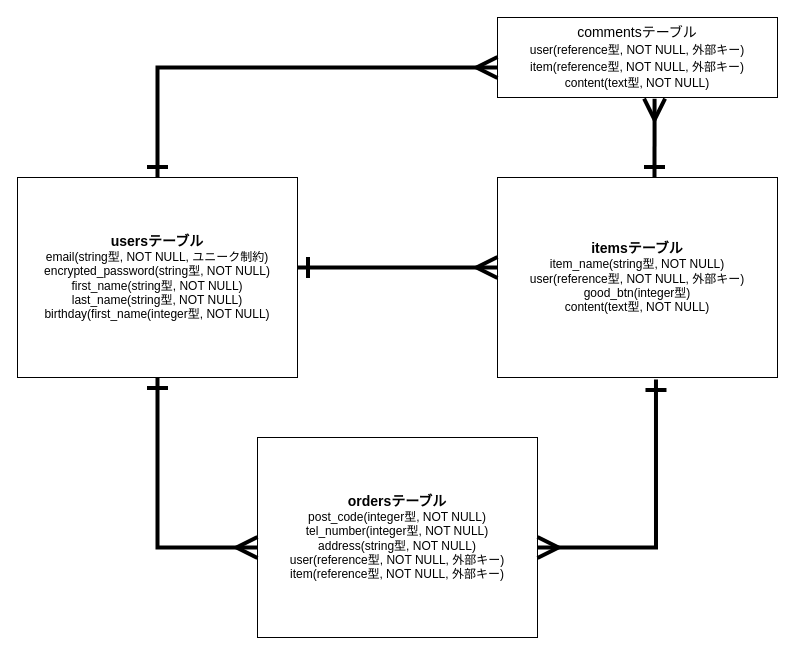
tsukitoremon/furima-39857 keeps this draw.io diagram as config/erzu.dio. Above is the earlier version. Source tidied: cells renumbered, new cells numbered last; positions are measured from the earlier drawing's top-left corner, leaving out a move shared by most shapes. Both pictures are drawn from the tidied source at 100%, with x=0, y=0 at pixel (17, 17).
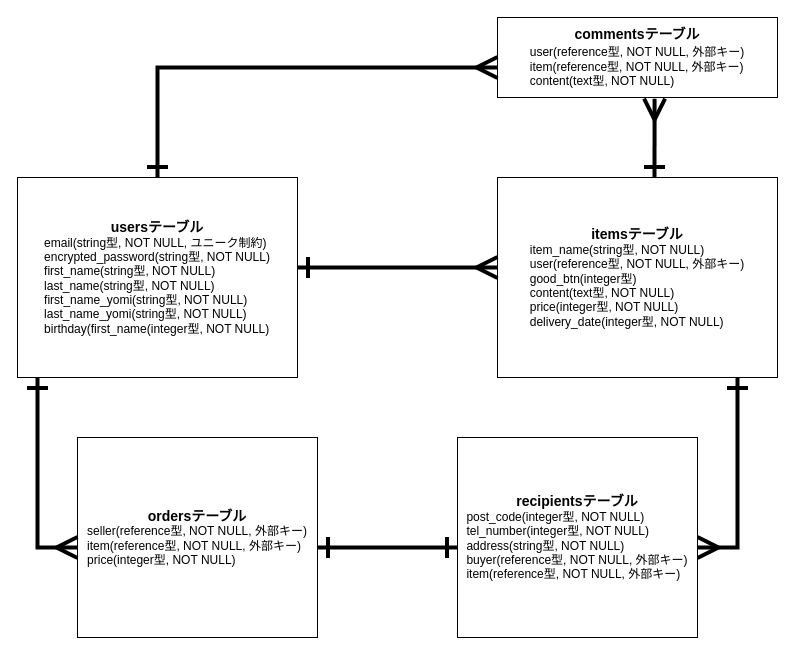
The same page after the edit.

Commit message (it also covers changes not shown here):
#3 データベース設計（再）

What changed in the source:
```diff
@@
-    <mxCell id="2" value="&lt;font style=&quot;font-size: 14px;&quot;&gt;&lt;b&gt;usersテーブル&lt;/b&gt;&lt;/font&gt;&lt;br&gt;email(string型, NOT NULL, ユニーク制約)&lt;br&gt;encrypted_password(string型, NOT NULL)&lt;br&gt;first_name(string型, NOT NULL)&lt;br&gt;last_name(string型, NOT NULL)&lt;br&gt;birthday(first_name(integer型, NOT NULL)&lt;br&gt;" style="whiteSpace=wrap;html=1;" parent="1" vertex="1">
+    <mxCell id="2" value="&lt;font style=&quot;font-size: 14px;&quot;&gt;&lt;b&gt;usersテーブル&lt;/b&gt;&lt;/font&gt;&lt;br&gt;&lt;div style=&quot;text-align: left;&quot;&gt;&lt;span style=&quot;background-color: initial;&quot;&gt;email(string型, NOT NULL, ユニーク制約)&lt;/span&gt;&lt;/div&gt;&lt;div style=&quot;text-align: left;&quot;&gt;&lt;span style=&quot;background-color: initial;&quot;&gt;encrypted_password(string型, NOT NULL)&lt;/span&gt;&lt;/div&gt;&lt;div style=&quot;text-align: left;&quot;&gt;&lt;span style=&quot;background-color: initial;&quot;&gt;first_name(string型, NOT NULL)&lt;/span&gt;&lt;/div&gt;&lt;div style=&quot;text-align: left;&quot;&gt;&lt;span style=&quot;background-color: initial;&quot;&gt;last_name(string型, NOT NULL)&lt;/span&gt;&lt;/div&gt;&lt;div style=&quot;text-align: left;&quot;&gt;&lt;span style=&quot;background-color: initial;&quot;&gt;first_name_yomi(string型, NOT NULL)&lt;/span&gt;&lt;/div&gt;&lt;div style=&quot;text-align: left;&quot;&gt;&lt;span style=&quot;background-color: initial;&quot;&gt;last_name_yomi(string型, NOT NULL)&lt;/span&gt;&lt;/div&gt;&lt;div style=&quot;text-align: left;&quot;&gt;&lt;span style=&quot;background-color: initial;&quot;&gt;birthday(first_name(integer型, NOT NULL)&lt;/span&gt;&lt;/div&gt;" style="whiteSpace=wrap;html=1;" parent="1" vertex="1">
       <mxGeometry y="160" width="280" height="200" as="geometry" />
     </mxCell>
-    <mxCell id="3" value="&lt;font style=&quot;font-size: 14px;&quot;&gt;&lt;b&gt;itemsテーブル&lt;/b&gt;&lt;/font&gt;&lt;br&gt;item_name(string型, NOT NULL)&lt;br&gt;user(reference型, NOT NULL, 外部キー)&lt;br&gt;good_btn(integer型)&lt;br&gt;content(text型, NOT NULL)" style="whiteSpace=wrap;html=1;" parent="1" vertex="1">
+    <mxCell id="3" value="&lt;font style=&quot;font-size: 14px;&quot;&gt;&lt;b&gt;itemsテーブル&lt;/b&gt;&lt;/font&gt;&lt;br&gt;&lt;div style=&quot;text-align: left;&quot;&gt;&lt;span style=&quot;background-color: initial;&quot;&gt;item_name(string型, NOT NULL)&lt;/span&gt;&lt;/div&gt;&lt;div style=&quot;text-align: left;&quot;&gt;&lt;span style=&quot;background-color: initial;&quot;&gt;user(reference型, NOT NULL, 外部キー)&lt;/span&gt;&lt;/div&gt;&lt;div style=&quot;text-align: left;&quot;&gt;&lt;span style=&quot;background-color: initial;&quot;&gt;good_btn(integer型)&lt;/span&gt;&lt;/div&gt;&lt;div style=&quot;text-align: left;&quot;&gt;&lt;span style=&quot;background-color: initial;&quot;&gt;content(text型, NOT NULL)&lt;/span&gt;&lt;/div&gt;&lt;div style=&quot;text-align: left;&quot;&gt;&lt;span style=&quot;background-color: initial;&quot;&gt;price(integer型, NOT NULL)&lt;/span&gt;&lt;/div&gt;&lt;div style=&quot;text-align: left;&quot;&gt;&lt;span style=&quot;background-color: initial;&quot;&gt;delivery_date(integer型, NOT NULL)&lt;/span&gt;&lt;/div&gt;" style="whiteSpace=wrap;html=1;" parent="1" vertex="1">
       <mxGeometry x="480" y="160" width="280" height="200" as="geometry" />
     </mxCell>
-    <mxCell id="4" value="&lt;font style=&quot;font-size: 14px;&quot;&gt;&lt;b&gt;ordersテーブル&lt;/b&gt;&lt;/font&gt;&lt;br&gt;post_code(integer型, NOT NULL)&lt;br&gt;tel_number(integer型, NOT NULL)&lt;br&gt;address(string型, NOT NULL)&lt;br&gt;user(reference型, NOT NULL, 外部キー)&lt;br&gt;item(reference型, NOT NULL, 外部キー)" style="whiteSpace=wrap;html=1;" parent="1" vertex="1">
-      <mxGeometry x="240" y="420" width="280" height="200" as="geometry" />
+    <mxCell id="4" value="&lt;font style=&quot;font-size: 14px;&quot;&gt;&lt;b&gt;ordersテーブル&lt;/b&gt;&lt;/font&gt;&lt;br&gt;&lt;div style=&quot;text-align: left;&quot;&gt;&lt;span style=&quot;background-color: initial;&quot;&gt;seller(reference型, NOT NULL, 外部キー)&lt;/span&gt;&lt;/div&gt;&lt;div style=&quot;text-align: left;&quot;&gt;&lt;span style=&quot;background-color: initial;&quot;&gt;item(reference型, NOT NULL, 外部キー)&lt;/span&gt;&lt;/div&gt;&lt;div style=&quot;text-align: left;&quot;&gt;&lt;span style=&quot;background-color: initial;&quot;&gt;price(integer型, NOT NULL)&lt;/span&gt;&lt;/div&gt;" style="whiteSpace=wrap;html=1;" parent="1" vertex="1">
+      <mxGeometry x="60" y="420" width="240" height="200" as="geometry" />
     </mxCell>
-    <mxCell id="5" value="commentsテーブル&lt;br&gt;&lt;span style=&quot;font-size: 12px;&quot;&gt;user(reference型, NOT NULL, 外部キー)&lt;br&gt;&lt;/span&gt;&lt;span style=&quot;font-size: 12px;&quot;&gt;item(reference型, NOT NULL, 外部キー)&lt;br&gt;&lt;/span&gt;&lt;span style=&quot;font-size: 12px;&quot;&gt;content(text型, NOT NULL)&lt;br&gt;&lt;/span&gt;" style="whiteSpace=wrap;html=1;fontSize=14;" parent="1" vertex="1">
+    <mxCell id="5" value="&lt;b&gt;commentsテーブル&lt;/b&gt;&lt;br&gt;&lt;div style=&quot;text-align: left;&quot;&gt;&lt;span style=&quot;font-size: 12px; background-color: initial;&quot;&gt;user(reference型, NOT NULL, 外部キー)&lt;/span&gt;&lt;/div&gt;&lt;span style=&quot;font-size: 12px;&quot;&gt;&lt;div style=&quot;text-align: left;&quot;&gt;&lt;span style=&quot;background-color: initial;&quot;&gt;item(reference型, NOT NULL, 外部キー)&lt;/span&gt;&lt;/div&gt;&lt;/span&gt;&lt;span style=&quot;font-size: 12px;&quot;&gt;&lt;div style=&quot;text-align: left;&quot;&gt;&lt;span style=&quot;background-color: initial;&quot;&gt;content(text型, NOT NULL)&lt;/span&gt;&lt;/div&gt;&lt;/span&gt;" style="whiteSpace=wrap;html=1;fontSize=14;" parent="1" vertex="1">
       <mxGeometry x="480" width="280" height="80" as="geometry" />
     </mxCell>
@@
-    <mxCell id="7" style="edgeStyle=orthogonalEdgeStyle;jettySize=auto;html=1;strokeWidth=4;fontSize=14;startArrow=ERmany;startFill=0;endArrow=ERone;endFill=0;startSize=16;endSize=16;rounded=0;entryX=0.566;entryY=1.01;entryDx=0;entryDy=0;entryPerimeter=0;" parent="1" edge="1" source="4" target="3">
+    <mxCell id="7" style="edgeStyle=orthogonalEdgeStyle;jettySize=auto;html=1;strokeWidth=4;fontSize=14;startArrow=ERmany;startFill=0;endArrow=ERone;endFill=0;startSize=16;endSize=16;rounded=0;" parent="1" edge="1" target="3">
       <mxGeometry relative="1" as="geometry">
+        <mxPoint x="680" y="530" as="sourcePoint" />
         <Array as="points">
-          <mxPoint x="639" y="530" />
+          <mxPoint x="720" y="530" />
         </Array>
       </mxGeometry>
     </mxCell>
-    <mxCell id="8" style="edgeStyle=orthogonalEdgeStyle;jettySize=auto;html=1;strokeWidth=4;fontSize=14;startArrow=ERmany;startFill=0;endArrow=ERone;endFill=0;startSize=16;endSize=16;rounded=0;entryX=0.5;entryY=1;entryDx=0;entryDy=0;" parent="1" edge="1" source="4" target="2">
+    <mxCell id="8" style="edgeStyle=orthogonalEdgeStyle;jettySize=auto;html=1;strokeWidth=4;fontSize=14;startArrow=ERmany;startFill=0;endArrow=ERone;endFill=0;startSize=16;endSize=16;rounded=0;" parent="1" edge="1" target="2">
       <mxGeometry relative="1" as="geometry">
+        <mxPoint x="60" y="530" as="sourcePoint" />
         <Array as="points">
-          <mxPoint x="140" y="530" />
+          <mxPoint x="20" y="530" />
         </Array>
       </mxGeometry>
     </mxCell>
@@
+    <mxCell id="11" value="&lt;font style=&quot;font-size: 14px;&quot;&gt;&lt;b&gt;recipientsテーブル&lt;/b&gt;&lt;/font&gt;&lt;br&gt;&lt;div style=&quot;text-align: left;&quot;&gt;&lt;span style=&quot;background-color: initial;&quot;&gt;post_code(integer型, NOT NULL)&lt;/span&gt;&lt;/div&gt;&lt;div style=&quot;text-align: left;&quot;&gt;&lt;span style=&quot;background-color: initial;&quot;&gt;tel_number(integer型, NOT NULL)&lt;/span&gt;&lt;/div&gt;&lt;div style=&quot;text-align: left;&quot;&gt;&lt;span style=&quot;background-color: initial;&quot;&gt;address(string型, NOT NULL)&lt;/span&gt;&lt;/div&gt;&lt;div style=&quot;text-align: left;&quot;&gt;&lt;span style=&quot;background-color: initial;&quot;&gt;buyer(reference型, NOT NULL, 外部キー)&lt;/span&gt;&lt;/div&gt;&lt;div style=&quot;text-align: left;&quot;&gt;&lt;span style=&quot;background-color: initial;&quot;&gt;item(reference型, NOT NULL, 外部キー)&lt;/span&gt;&lt;/div&gt;" style="whiteSpace=wrap;html=1;" parent="1" vertex="1">
+      <mxGeometry x="440" y="420" width="240" height="200" as="geometry" />
+    </mxCell>
+    <mxCell id="12" style="edgeStyle=none;jettySize=auto;html=1;endArrow=ERone;startArrow=ERone;endSize=16;startSize=16;strokeWidth=4;startFill=0;endFill=0;exitX=1;exitY=0.55;exitDx=0;exitDy=0;exitPerimeter=0;" parent="1" edge="1" source="4">
+      <mxGeometry relative="1" as="geometry">
+        <mxPoint x="440" y="530" as="targetPoint" />
+      </mxGeometry>
+    </mxCell>
```
